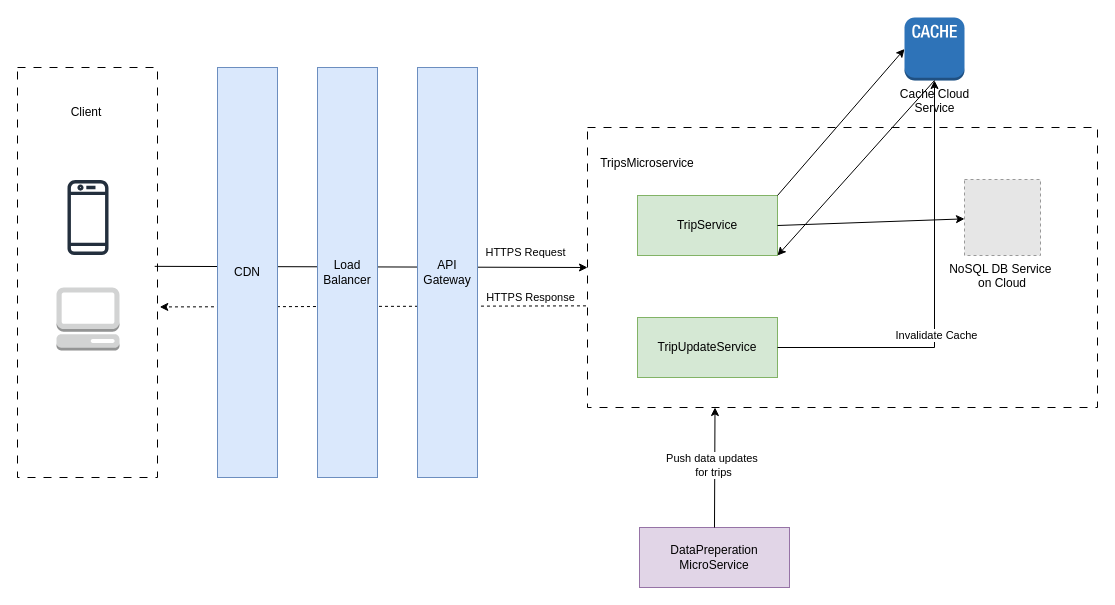
Before: Diagrams/IndividualComponentDiagrams/RawFiles/TripService.drawio in beyond-blueprints/arch-katas-2023, a draw.io diagram. Source tidied: cells renumbered, new cells numbered last; positions are measured from the earlier drawing's top-left corner, leaving out a move shared by most shapes. Both pictures are drawn from the tidied source at 100%, with x=0, y=0 at pixel (17, 17). Pictures stored in the file or linked from it are replaced by grey dashed boxes.
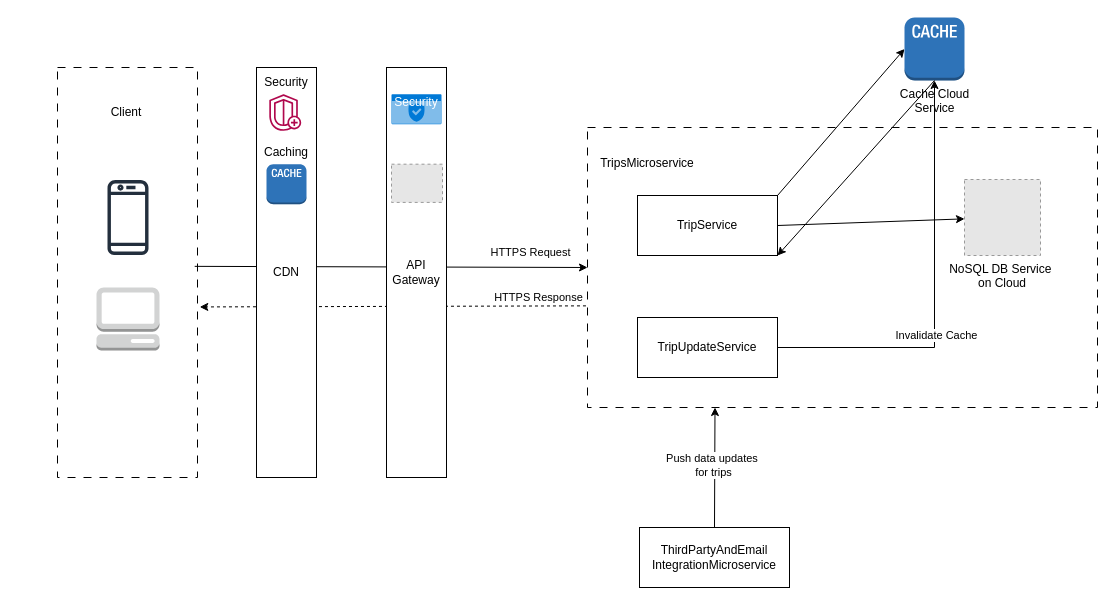
After the change.

Diff of the diagram source:
```diff
@@
-    <mxCell id="6" value="API Gateway" style="rounded=0;whiteSpace=wrap;html=1;fillColor=#dae8fc;strokeColor=#6c8ebf;" parent="1" vertex="1">
-      <mxGeometry x="400" y="50" width="60" height="410" as="geometry" />
-    </mxCell>
@@
-    <mxCell id="8" value="TripService" style="rounded=0;whiteSpace=wrap;html=1;fillColor=#d5e8d4;strokeColor=#82b366;" parent="1" vertex="1">
+    <mxCell id="8" value="TripService" style="rounded=0;whiteSpace=wrap;html=1;fillColor=default;strokeColor=default;" parent="1" vertex="1">
       <mxGeometry x="620" y="178" width="140" height="60" as="geometry" />
     </mxCell>
@@
     <mxCell id="10" style="sketch=0;fontColor=#232F3E;gradientColor=none;fillColor=#232F3D;strokeColor=none;dashed=0;verticalLabelPosition=bottom;verticalAlign=top;align=center;html=1;fontSize=12;fontStyle=0;shape=mxgraph.aws4.mobile_client;" parent="1" vertex="1">
-      <mxGeometry x="50" y="161" width="41" height="78" as="geometry" />
+      <mxGeometry x="90" y="161" width="41" height="78" as="geometry" />
     </mxCell>
     <mxCell id="11" style="dashed=0;verticalLabelPosition=bottom;verticalAlign=top;align=center;html=1;shape=mxgraph.aws3.management_console;fillColor=#D2D3D3;gradientColor=none;" parent="1" vertex="1">
-      <mxGeometry x="39" y="270" width="63" height="63" as="geometry" />
+      <mxGeometry x="79" y="270" width="63" height="63" as="geometry" />
     </mxCell>
     <mxCell id="12" style="rounded=0;whiteSpace=wrap;html=1;align=right;fontSize=18;labelPosition=left;verticalLabelPosition=top;verticalAlign=bottom;horizontal=1;dashed=1;dashPattern=8 8;fillStyle=auto;fillColor=none;" parent="1" vertex="1">
-      <mxGeometry y="50" width="140" height="410" as="geometry" />
+      <mxGeometry x="40" y="50" width="140" height="410" as="geometry" />
     </mxCell>
     <mxCell id="13" value="Client" style="text;html=1;strokeColor=none;fillColor=none;align=center;verticalAlign=middle;whiteSpace=wrap;rounded=0;" parent="1" vertex="1">
-      <mxGeometry x="39" y="80" width="60" height="30" as="geometry" />
+      <mxGeometry x="79" y="80" width="60" height="30" as="geometry" />
     </mxCell>
-    <mxCell id="14" value="CDN" style="rounded=0;whiteSpace=wrap;html=1;fillColor=#dae8fc;strokeColor=#6c8ebf;" parent="1" vertex="1">
-      <mxGeometry x="200" y="50" width="60" height="410" as="geometry" />
-    </mxCell>
-    <mxCell id="15" value="Load Balancer" style="rounded=0;whiteSpace=wrap;html=1;fillColor=#dae8fc;strokeColor=#6c8ebf;" parent="1" vertex="1">
-      <mxGeometry x="300" y="50" width="60" height="410" as="geometry" />
-    </mxCell>
@@
-    <mxCell id="20" value="TripUpdateService" style="rounded=0;whiteSpace=wrap;html=1;fillColor=#d5e8d4;strokeColor=#82b366;" parent="1" vertex="1">
+    <mxCell id="20" value="TripUpdateService" style="rounded=0;whiteSpace=wrap;html=1;fillColor=default;strokeColor=default;" parent="1" vertex="1">
       <mxGeometry x="620" y="300" width="140" height="60" as="geometry" />
     </mxCell>
@@
-    <mxCell id="24" value="DataPreperation&lt;br&gt;MicroService" style="rounded=0;whiteSpace=wrap;html=1;fillColor=#e1d5e7;strokeColor=#9673a6;" parent="1" vertex="1">
+    <mxCell id="24" value="ThirdPartyAndEmail&lt;br&gt;IntegrationMicroservice" style="rounded=0;whiteSpace=wrap;html=1;fillColor=default;strokeColor=default;" parent="1" vertex="1">
       <mxGeometry x="622" y="510" width="150" height="60" as="geometry" />
     </mxCell>
@@
+    <mxCell id="14" value="CDN" style="rounded=0;whiteSpace=wrap;html=1;fillColor=default;strokeColor=default;" parent="1" vertex="1">
+      <mxGeometry x="239" y="50" width="60" height="410" as="geometry" />
+    </mxCell>
+    <mxCell id="6" value="API Gateway" style="rounded=0;whiteSpace=wrap;html=1;fillColor=default;strokeColor=default;" parent="1" vertex="1">
+      <mxGeometry x="369" y="50" width="60" height="410" as="geometry" />
+    </mxCell>
+    <mxCell id="27" style="sketch=0;fontColor=#232F3E;gradientColor=none;fillColor=#B0084D;strokeColor=none;dashed=0;verticalLabelPosition=bottom;verticalAlign=top;align=center;html=1;fontSize=12;fontStyle=0;shape=mxgraph.aws4.shield_shield_advanced;" parent="1" vertex="1">
+      <mxGeometry x="251.2" y="76.7" width="32.8" height="36.6" as="geometry" />
+    </mxCell>
+    <mxCell id="28" style="dashed=0;verticalLabelPosition=bottom;verticalAlign=top;align=center;html=1;shape=mxgraph.aws3.cache_node;fillColor=#2E73B8;gradientColor=none;" parent="1" vertex="1">
+      <mxGeometry x="249" y="146.7" width="40" height="40" as="geometry" />
+    </mxCell>
+    <mxCell id="29" value="Security" style="text;html=1;strokeColor=none;fillColor=none;align=center;verticalAlign=middle;whiteSpace=wrap;rounded=0;" parent="1" vertex="1">
+      <mxGeometry x="239" y="50" width="60" height="30" as="geometry" />
+    </mxCell>
+    <mxCell id="30" value="Caching" style="text;html=1;strokeColor=none;fillColor=none;align=center;verticalAlign=middle;whiteSpace=wrap;rounded=0;" parent="1" vertex="1">
+      <mxGeometry x="239" y="120" width="60" height="30" as="geometry" />
+    </mxCell>
+    <mxCell id="31" value="Security" style="html=1;whiteSpace=wrap;strokeColor=none;fillColor=#0079D6;labelPosition=center;verticalLabelPosition=middle;verticalAlign=top;align=center;fontSize=12;spacingTop=-6;fontColor=#FFFFFF;sketch=0;shape=mxgraph.sitemap.security;" parent="1" vertex="1">
+      <mxGeometry x="374" y="76.7" width="50" height="30" as="geometry" />
+    </mxCell>
+    <mxCell id="32" style="fillColor=#E6E6E6;strokeColor=#999999;dashed=1;verticalLabelPosition=bottom;labelBackgroundColor=default;verticalAlign=top;" parent="1" vertex="1">
+      <mxGeometry x="374" y="146.7" width="51" height="38.2" as="geometry" />
+    </mxCell>
```
